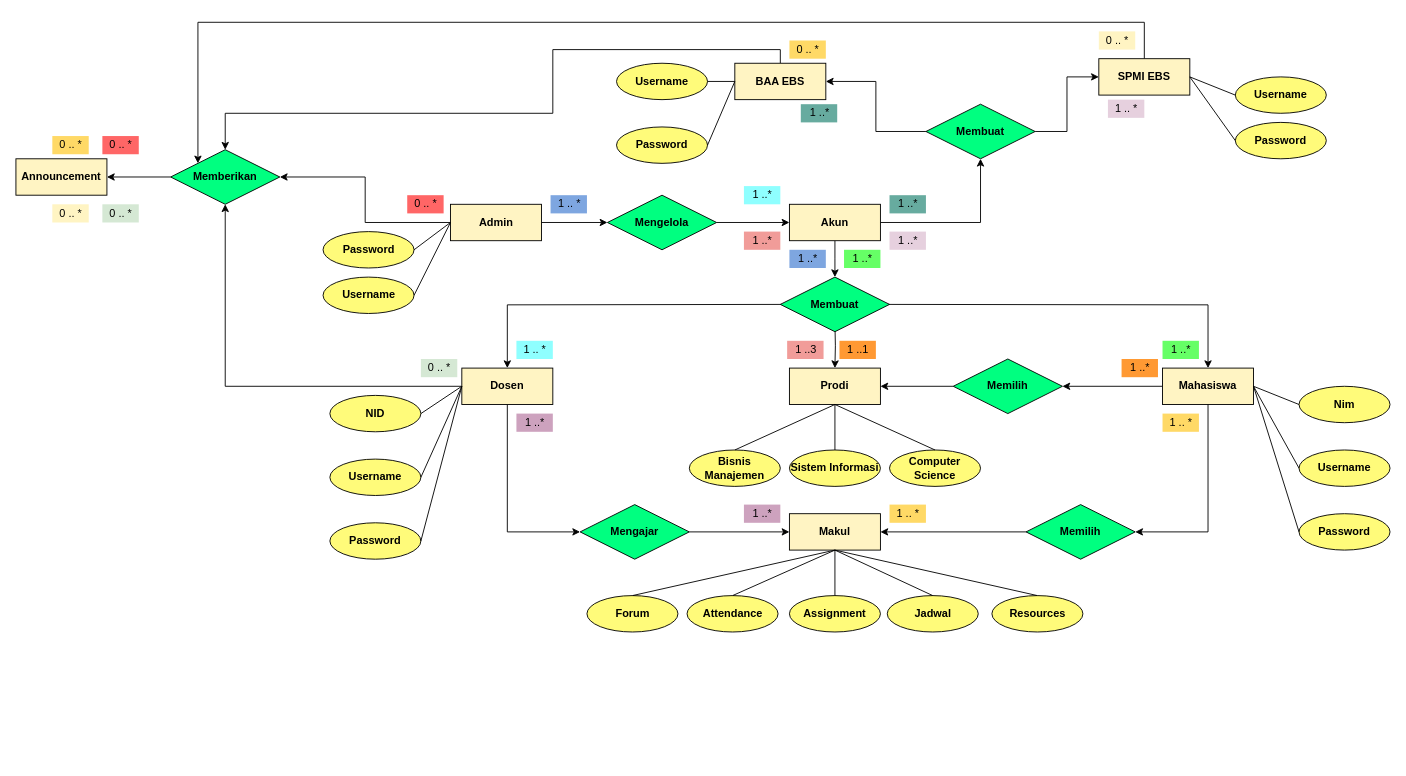
zhirobyte/webdev keeps this draw.io diagram as Untitled Diagram.drawio. Above is the earlier version. Source tidied: cells renumbered, new cells numbered last; positions are measured from the earlier drawing's top-left corner, leaving out a move shared by most shapes. Both pictures are drawn from the tidied source at 91%, with x=0, y=0 at pixel (15, 22).
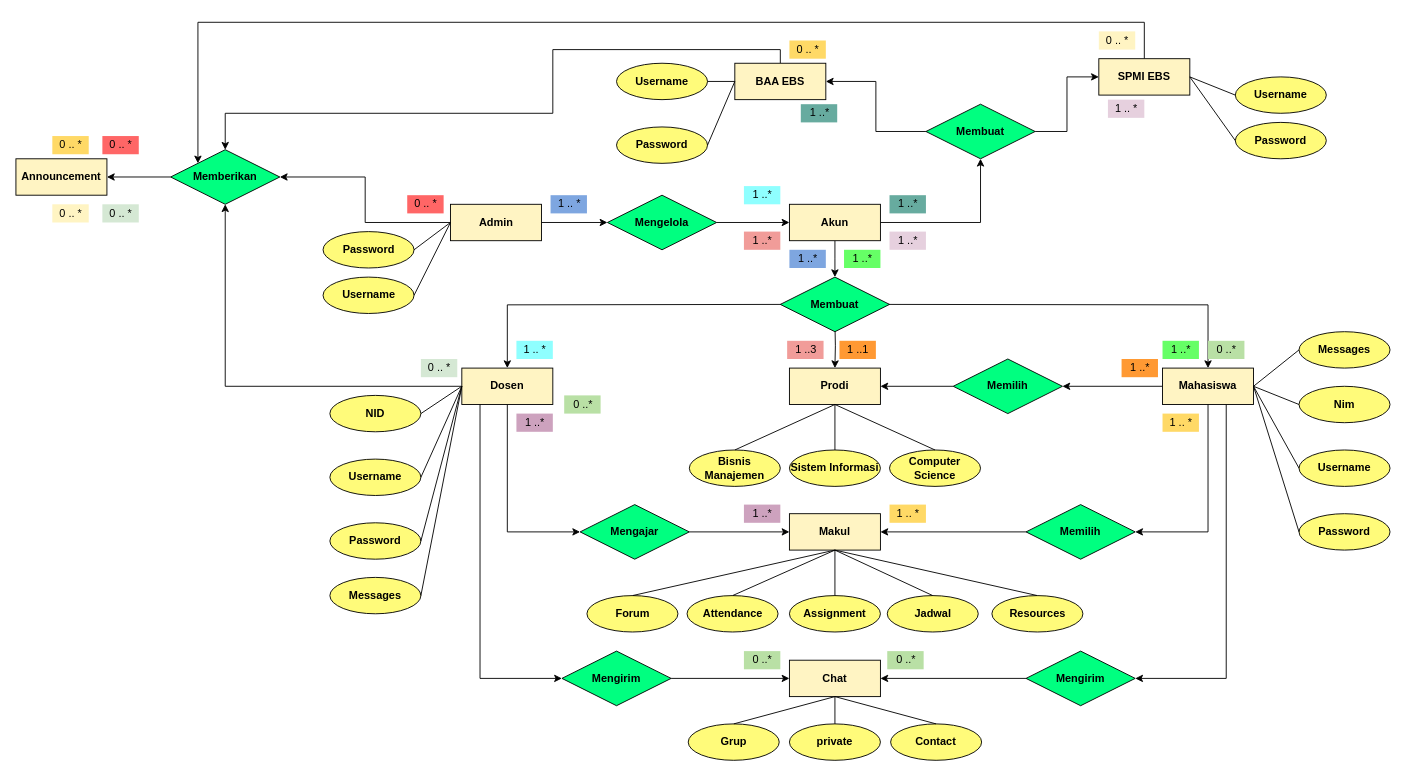
Above is the later version.

Unchanged cells that the change refers to:
```xml
<mxCell id="8" value="Dosen" style="whiteSpace=wrap;html=1;align=center;fontStyle=1;fillColor=#FFF4C3;" parent="1" vertex="1">
  <mxGeometry x="490" y="380" width="100" height="40" as="geometry" />
</mxCell>
<mxCell id="11" value="Mahasiswa" style="whiteSpace=wrap;html=1;align=center;fontStyle=1;fillColor=#FFF4C3;" parent="1" vertex="1">
  <mxGeometry x="1260" y="380" width="100" height="40" as="geometry" />
</mxCell>
```

The edit, as a diff of the source:
```diff
@@
+    <mxCell id="104" style="edgeStyle=orthogonalEdgeStyle;rounded=0;jettySize=auto;html=1;entryX=1;entryY=0.5;entryDx=0;entryDy=0;" parent="1" edge="1" source="116" target="109">
+      <mxGeometry relative="1" as="geometry" />
+    </mxCell>
@@
+    <mxCell id="105" value="Messages" style="ellipse;whiteSpace=wrap;html=1;align=center;fontStyle=1;fillColor=#FFFB7A;" parent="1" vertex="1">
+      <mxGeometry x="1410" y="340" width="100" height="40" as="geometry" />
+    </mxCell>
+    <mxCell id="106" style="endArrow=none;html=1;entryX=0;entryY=0.5;entryDx=0;entryDy=0;exitX=1;exitY=0.5;exitDx=0;exitDy=0;" parent="1" edge="1" source="11" target="105">
+      <mxGeometry relative="1" as="geometry" />
+    </mxCell>
+    <mxCell id="107" value="Messages" style="ellipse;whiteSpace=wrap;html=1;align=center;fontStyle=1;fillColor=#FFFB7A;" parent="1" vertex="1">
+      <mxGeometry x="345" y="610" width="100" height="40" as="geometry" />
+    </mxCell>
+    <mxCell id="108" style="endArrow=none;html=1;entryX=0;entryY=0.5;entryDx=0;entryDy=0;exitX=1;exitY=0.5;exitDx=0;exitDy=0;" parent="1" edge="1" source="107" target="8">
+      <mxGeometry relative="1" as="geometry" />
+    </mxCell>
+    <mxCell id="109" value="Chat" style="whiteSpace=wrap;html=1;align=center;fillColor=#FFF4C3;fontStyle=1;" parent="1" vertex="1">
+      <mxGeometry x="850" y="701" width="100" height="40" as="geometry" />
+    </mxCell>
+    <mxCell id="110" value="private" style="ellipse;whiteSpace=wrap;html=1;align=center;fontStyle=1;fillColor=#FFFB7A;" parent="1" vertex="1">
+      <mxGeometry x="850" y="771" width="100" height="40" as="geometry" />
+    </mxCell>
+    <mxCell id="111" value="Contact" style="ellipse;whiteSpace=wrap;html=1;align=center;fontStyle=1;fillColor=#FFFB7A;" parent="1" vertex="1">
+      <mxGeometry x="961.2" y="771" width="100" height="40" as="geometry" />
+    </mxCell>
+    <mxCell id="112" value="Grup" style="ellipse;whiteSpace=wrap;html=1;align=center;fontStyle=1;fillColor=#FFFB7A;" parent="1" vertex="1">
+      <mxGeometry x="738.8" y="771" width="100" height="40" as="geometry" />
+    </mxCell>
+    <mxCell id="113" style="edgeStyle=orthogonalEdgeStyle;rounded=0;jettySize=auto;html=1;entryX=0;entryY=0.5;entryDx=0;entryDy=0;" parent="1" edge="1" source="114" target="109">
+      <mxGeometry relative="1" as="geometry" />
+    </mxCell>
+    <mxCell id="114" value="Mengirim" style="shape=rhombus;perimeter=rhombusPerimeter;whiteSpace=wrap;html=1;align=center;fontStyle=1;fillColor=#00FF80;" parent="1" vertex="1">
+      <mxGeometry x="600" y="691" width="120" height="60" as="geometry" />
+    </mxCell>
+    <mxCell id="115" style="edgeStyle=orthogonalEdgeStyle;rounded=0;jettySize=auto;html=1;entryX=0;entryY=0.5;entryDx=0;entryDy=0;" parent="1" edge="1" source="8" target="114">
+      <mxGeometry relative="1" as="geometry">
+        <Array as="points">
+          <mxPoint x="510" y="721" />
+        </Array>
+      </mxGeometry>
+    </mxCell>
+    <mxCell id="116" value="Mengirim" style="shape=rhombus;perimeter=rhombusPerimeter;whiteSpace=wrap;html=1;align=center;fontStyle=1;fillColor=#00FF80;" parent="1" vertex="1">
+      <mxGeometry x="1110" y="691" width="120" height="60" as="geometry" />
+    </mxCell>
+    <mxCell id="117" style="edgeStyle=orthogonalEdgeStyle;rounded=0;jettySize=auto;html=1;entryX=1;entryY=0.5;entryDx=0;entryDy=0;" parent="1" edge="1" source="11" target="116">
+      <mxGeometry relative="1" as="geometry">
+        <Array as="points">
+          <mxPoint x="1330" y="721" />
+        </Array>
+      </mxGeometry>
+    </mxCell>
+    <mxCell id="118" style="endArrow=none;html=1;rounded=0;exitX=0.5;exitY=0;exitDx=0;exitDy=0;entryX=0.5;entryY=1;entryDx=0;entryDy=0;" parent="1" edge="1" source="112" target="109">
+      <mxGeometry relative="1" as="geometry" />
+    </mxCell>
+    <mxCell id="119" style="endArrow=none;html=1;rounded=0;entryX=0.5;entryY=0;entryDx=0;entryDy=0;exitX=0.5;exitY=1;exitDx=0;exitDy=0;" parent="1" edge="1" source="109" target="110">
+      <mxGeometry relative="1" as="geometry" />
+    </mxCell>
+    <mxCell id="120" style="endArrow=none;html=1;rounded=0;exitX=0.5;exitY=0;exitDx=0;exitDy=0;entryX=0.5;entryY=1;entryDx=0;entryDy=0;" parent="1" edge="1" source="111" target="109">
+      <mxGeometry relative="1" as="geometry" />
+    </mxCell>
+    <mxCell id="121" value="0 ..*" style="text;html=1;align=center;verticalAlign=middle;fillColor=#B9E0A5;" parent="1" vertex="1">
+      <mxGeometry x="957.5" y="691" width="40" height="20" as="geometry" />
+    </mxCell>
+    <mxCell id="122" value="0 ..*" style="text;html=1;align=center;verticalAlign=middle;fillColor=#B9E0A5;" parent="1" vertex="1">
+      <mxGeometry x="1310" y="350" width="40" height="20" as="geometry" />
+    </mxCell>
+    <mxCell id="123" value="0 ..*" style="text;html=1;align=center;verticalAlign=middle;fillColor=#B9E0A5;" parent="1" vertex="1">
+      <mxGeometry x="800" y="691" width="40" height="20" as="geometry" />
+    </mxCell>
+    <mxCell id="124" value="0 ..*" style="text;html=1;align=center;verticalAlign=middle;fillColor=#B9E0A5;" parent="1" vertex="1">
+      <mxGeometry x="602.5" y="410" width="40" height="20" as="geometry" />
+    </mxCell>
```
